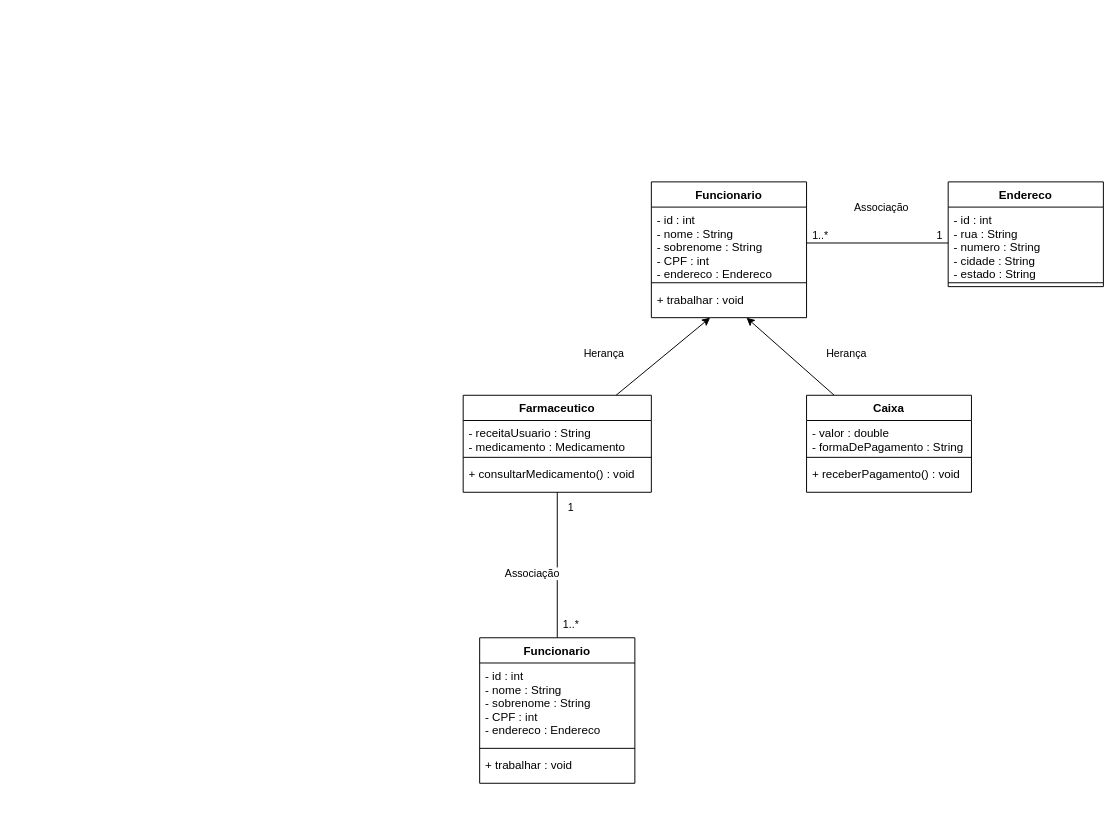
Before: POO/checkpoint1/UML/New Text Document.drawio in RodrigoGottschall/DH-CTD, a draw.io diagram. Source tidied: cells renumbered, new cells numbered last; positions are measured from the earlier drawing's top-left corner, leaving out a move shared by most shapes. Both pictures are drawn from the tidied source at 97%, with x=0, y=0 at pixel (463, 181).
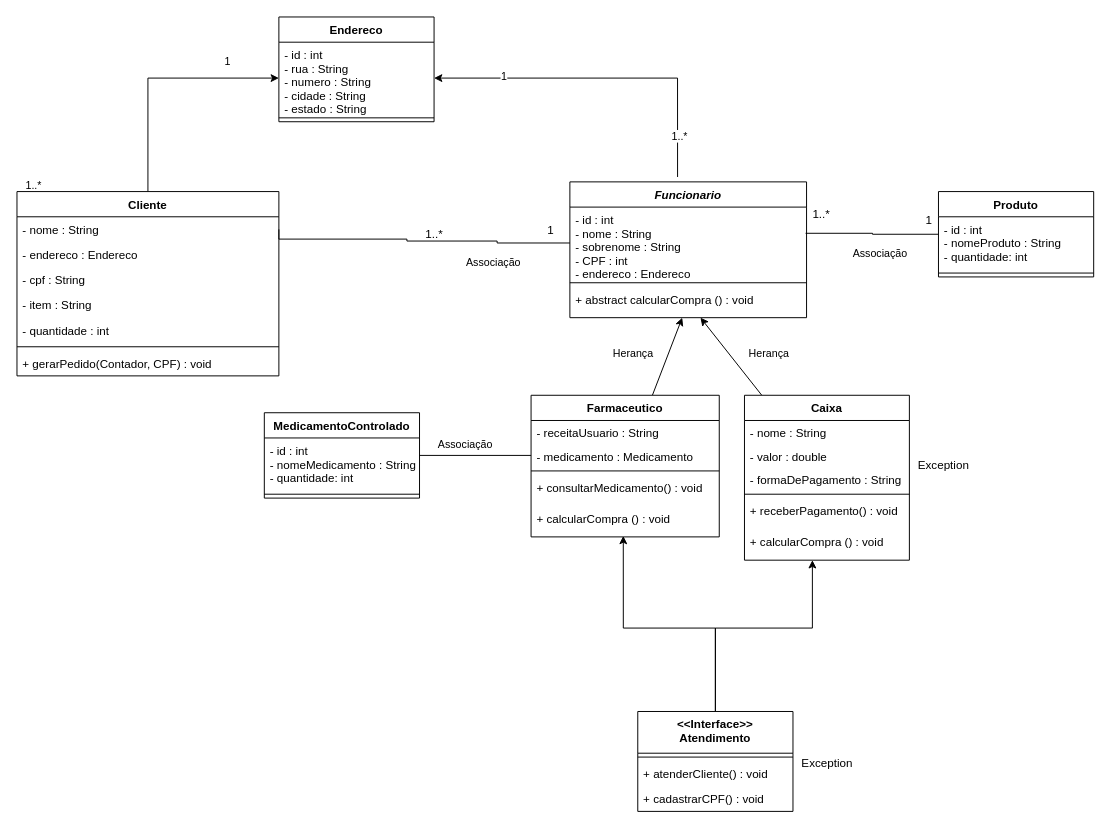
The same page after the edit.

The change refers to these unchanged cells:
```xml
<mxCell id="10" value="- id : int&#10;- rua : String&#10;- numero : String&#10;- cidade : String&#10;- estado : String" style="text;strokeColor=none;fillColor=none;align=left;verticalAlign=top;spacingLeft=4;spacingRight=4;overflow=hidden;points=[[0,0.5],[1,0.5]];portConstraint=eastwest;" parent="9" vertex="1">
  <mxGeometry y="26" width="160" height="74" as="geometry" />
</mxCell>
```

The edit, as a diff of the source:
```diff
@@
-    <mxCell id="2" value="Funcionario" style="swimlane;fontStyle=1;align=center;verticalAlign=top;horizontal=1;startSize=26;" parent="1" vertex="1">
-      <mxGeometry x="194" width="160" height="140" as="geometry" />
+    <mxCell id="2" value="Funcionario" style="swimlane;fontStyle=3;align=center;verticalAlign=top;horizontal=1;startSize=26;" parent="1" vertex="1">
+      <mxGeometry x="110" width="244" height="140" as="geometry" />
     </mxCell>
     <mxCell id="3" value="- id : int&#10;- nome : String&#10;- sobrenome : String&#10;- CPF : int&#10;- endereco : Endereco" style="text;strokeColor=none;fillColor=none;align=left;verticalAlign=top;spacingLeft=4;spacingRight=4;overflow=hidden;points=[[0,0.5],[1,0.5]];portConstraint=eastwest;" parent="2" vertex="1">
-      <mxGeometry y="26" width="160" height="74" as="geometry" />
+      <mxGeometry y="26" width="244" height="74" as="geometry" />
     </mxCell>
     <mxCell id="4" style="line;strokeWidth=1;fillColor=none;align=left;verticalAlign=middle;spacingTop=-1;spacingLeft=3;spacingRight=3;labelPosition=right;" parent="2" vertex="1">
-      <mxGeometry y="100" width="160" height="8" as="geometry" />
+      <mxGeometry y="100" width="244" height="8" as="geometry" />
     </mxCell>
-    <mxCell id="5" value="+ trabalhar : void" style="text;strokeColor=none;fillColor=none;align=left;verticalAlign=top;spacingLeft=4;spacingRight=4;overflow=hidden;points=[[0,0.5],[1,0.5]];portConstraint=eastwest;" parent="2" vertex="1">
-      <mxGeometry y="108" width="160" height="32" as="geometry" />
+    <mxCell id="5" value="+ abstract calcularCompra () : void" style="text;strokeColor=none;fillColor=none;align=left;verticalAlign=top;spacingLeft=4;spacingRight=4;overflow=hidden;points=[[0,0.5],[1,0.5]];portConstraint=eastwest;" parent="2" vertex="1">
+      <mxGeometry y="108" width="244" height="32" as="geometry" />
     </mxCell>
-    <mxCell id="6" style="edgeStyle=orthogonalEdgeStyle;rounded=0;jettySize=auto;html=1;endArrow=none;endFill=0;startArrow=none;startFill=0;entryX=0;entryY=0.5;entryDx=0;entryDy=0;" parent="1" edge="1" source="3" target="10">
+    <mxCell id="6" style="edgeStyle=orthogonalEdgeStyle;rounded=0;jettySize=auto;html=1;endArrow=classic;endFill=1;startArrow=none;startFill=0;exitX=0.455;exitY=-0.036;exitDx=0;exitDy=0;exitPerimeter=0;" parent="1" edge="1" source="2" target="10">
       <mxGeometry relative="1" as="geometry" />
     </mxCell>
@@
     <mxCell id="9" value="Endereco" style="swimlane;fontStyle=1;align=center;verticalAlign=top;horizontal=1;startSize=26;" parent="1" vertex="1">
-      <mxGeometry x="500" width="160" height="108" as="geometry" />
+      <mxGeometry x="-190" y="-170" width="160" height="108" as="geometry" />
     </mxCell>
@@
     <mxCell id="13" value="Farmaceutico" style="swimlane;fontStyle=1;align=center;verticalAlign=top;horizontal=1;startSize=26;" parent="1" vertex="1">
-      <mxGeometry y="220" width="194" height="100" as="geometry" />
+      <mxGeometry x="70" y="220" width="194" height="146" as="geometry" />
     </mxCell>
-    <mxCell id="14" value="- receitaUsuario : String&#10;- medicamento : Medicamento" style="text;strokeColor=none;fillColor=none;align=left;verticalAlign=top;spacingLeft=4;spacingRight=4;overflow=hidden;" parent="13" vertex="1">
-      <mxGeometry y="26" width="194" height="34" as="geometry" />
+    <mxCell id="14" value="- receitaUsuario : String" style="text;strokeColor=none;fillColor=none;align=left;verticalAlign=top;spacingLeft=4;spacingRight=4;overflow=hidden;" parent="13" vertex="1">
+      <mxGeometry y="26" width="194" height="24" as="geometry" />
     </mxCell>
+    <mxCell id="33" value="- medicamento : Medicamento" style="text;strokeColor=none;fillColor=none;align=left;verticalAlign=top;spacingLeft=4;spacingRight=4;overflow=hidden;points=[[0,0.5],[1,0.5]];portConstraint=eastwest;" parent="13" vertex="1">
+      <mxGeometry y="50" width="194" height="24" as="geometry" />
+    </mxCell>
     <mxCell id="15" style="line;strokeWidth=1;fillColor=none;align=left;verticalAlign=middle;spacingTop=-1;spacingLeft=3;spacingRight=3;labelPosition=right;" parent="13" vertex="1">
-      <mxGeometry y="60" width="194" height="8" as="geometry" />
+      <mxGeometry y="74" width="194" height="8" as="geometry" />
     </mxCell>
     <mxCell id="16" value="+ consultarMedicamento() : void" style="text;strokeColor=none;fillColor=none;align=left;verticalAlign=top;spacingLeft=4;spacingRight=4;overflow=hidden;points=[[0,0.5],[1,0.5]];portConstraint=eastwest;" parent="13" vertex="1">
-      <mxGeometry y="68" width="194" height="32" as="geometry" />
+      <mxGeometry y="82" width="194" height="32" as="geometry" />
     </mxCell>
+    <mxCell id="34" value="+ calcularCompra () : void" style="text;strokeColor=none;fillColor=none;align=left;verticalAlign=top;spacingLeft=4;spacingRight=4;overflow=hidden;points=[[0,0.5],[1,0.5]];portConstraint=eastwest;" parent="13" vertex="1">
+      <mxGeometry y="114" width="194" height="32" as="geometry" />
+    </mxCell>
@@
     <mxCell id="18" value="Caixa" style="swimlane;fontStyle=1;align=center;verticalAlign=top;horizontal=1;startSize=26;" parent="1" vertex="1">
-      <mxGeometry x="354" y="220" width="170" height="100" as="geometry" />
+      <mxGeometry x="290" y="220" width="170" height="170" as="geometry" />
     </mxCell>
-    <mxCell id="19" value="- valor : double&#10;- formaDePagamento : String" style="text;strokeColor=none;fillColor=none;align=left;verticalAlign=top;spacingLeft=4;spacingRight=4;overflow=hidden;" parent="18" vertex="1">
-      <mxGeometry y="26" width="170" height="34" as="geometry" />
-    </mxCell>
+    <mxCell id="35" value="- nome : String" style="text;strokeColor=none;fillColor=none;align=left;verticalAlign=top;spacingLeft=4;spacingRight=4;overflow=hidden;" parent="18" vertex="1">
+      <mxGeometry y="26" width="170" height="24" as="geometry" />
+    </mxCell>
+    <mxCell id="36" value="- valor : double" style="text;strokeColor=none;fillColor=none;align=left;verticalAlign=top;spacingLeft=4;spacingRight=4;overflow=hidden;" parent="18" vertex="1">
+      <mxGeometry y="50" width="170" height="24" as="geometry" />
+    </mxCell>
+    <mxCell id="37" value="- formaDePagamento : String" style="text;strokeColor=none;fillColor=none;align=left;verticalAlign=top;spacingLeft=4;spacingRight=4;overflow=hidden;" parent="18" vertex="1">
+      <mxGeometry y="74" width="170" height="24" as="geometry" />
+    </mxCell>
     <mxCell id="20" style="line;strokeWidth=1;fillColor=none;align=left;verticalAlign=middle;spacingTop=-1;spacingLeft=3;spacingRight=3;labelPosition=right;" parent="18" vertex="1">
-      <mxGeometry y="60" width="170" height="8" as="geometry" />
+      <mxGeometry y="98" width="170" height="8" as="geometry" />
     </mxCell>
     <mxCell id="21" value="+ receberPagamento() : void" style="text;strokeColor=none;fillColor=none;align=left;verticalAlign=top;spacingLeft=4;spacingRight=4;overflow=hidden;" parent="18" vertex="1">
-      <mxGeometry y="68" width="170" height="32" as="geometry" />
+      <mxGeometry y="106" width="170" height="32" as="geometry" />
     </mxCell>
+    <mxCell id="38" value="+ calcularCompra () : void" style="text;strokeColor=none;fillColor=none;align=left;verticalAlign=top;spacingLeft=4;spacingRight=4;overflow=hidden;points=[[0,0.5],[1,0.5]];portConstraint=eastwest;" parent="18" vertex="1">
+      <mxGeometry y="138" width="170" height="32" as="geometry" />
+    </mxCell>
-    <mxCell id="22" style="edgeStyle=none;rounded=0;jettySize=auto;html=1;entryX=0.5;entryY=1;entryDx=0;entryDy=0;entryPerimeter=0;startArrow=none;startFill=0;endArrow=none;endFill=0;" parent="1" edge="1" source="24" target="16">
+    <mxCell id="22" style="edgeStyle=none;rounded=0;jettySize=auto;html=1;startArrow=none;startFill=0;endArrow=none;endFill=0;entryX=0;entryY=0.5;entryDx=0;entryDy=0;" parent="1" edge="1" source="24" target="33">
       <mxGeometry relative="1" as="geometry" />
     </mxCell>
-    <mxCell id="23" value="Associação" style="edgeLabel;html=1;align=center;verticalAlign=middle;" parent="22" vertex="1">
-      <mxGeometry x="0.16" relative="1" as="geometry">
-        <mxPoint x="333" y="-357" as="offset" />
-      </mxGeometry>
-    </mxCell>
-    <mxCell id="24" value="Funcionario" style="swimlane;fontStyle=1;align=center;verticalAlign=top;horizontal=1;startSize=26;" parent="1" vertex="1">
-      <mxGeometry x="17" y="470" width="160" height="150" as="geometry" />
+    <mxCell id="24" value="MedicamentoControlado" style="swimlane;fontStyle=1;align=center;verticalAlign=top;horizontal=1;startSize=26;" parent="1" vertex="1">
+      <mxGeometry x="-205" y="238" width="160" height="88" as="geometry" />
     </mxCell>
-    <mxCell id="25" value="- id : int&#10;- nome : String&#10;- sobrenome : String&#10;- CPF : int&#10;- endereco : Endereco" style="text;strokeColor=none;fillColor=none;align=left;verticalAlign=top;spacingLeft=4;spacingRight=4;overflow=hidden;" parent="24" vertex="1">
-      <mxGeometry y="26" width="160" height="84" as="geometry" />
+    <mxCell id="25" value="- id : int&#10;- nomeMedicamento : String&#10;- quantidade: int" style="text;strokeColor=none;fillColor=none;align=left;verticalAlign=top;spacingLeft=4;spacingRight=4;overflow=hidden;" parent="24" vertex="1">
+      <mxGeometry y="26" width="160" height="54" as="geometry" />
     </mxCell>
     <mxCell id="26" style="line;strokeWidth=1;fillColor=none;align=left;verticalAlign=middle;spacingTop=-1;spacingLeft=3;spacingRight=3;labelPosition=right;" parent="24" vertex="1">
-      <mxGeometry y="110" width="160" height="8" as="geometry" />
+      <mxGeometry y="80" width="160" height="8" as="geometry" />
     </mxCell>
-    <mxCell id="27" value="+ trabalhar : void" style="text;strokeColor=none;fillColor=none;align=left;verticalAlign=top;spacingLeft=4;spacingRight=4;overflow=hidden;" parent="24" vertex="1">
-      <mxGeometry y="118" width="160" height="32" as="geometry" />
-    </mxCell>
     <mxCell id="28" value="Herança" style="edgeLabel;html=1;align=center;verticalAlign=middle;" parent="1" vertex="1">
-      <mxGeometry x="130" y="150" as="geometry">
+      <mxGeometry x="160" y="150" as="geometry">
         <mxPoint x="14" y="26" as="offset" />
       </mxGeometry>
     </mxCell>
     <mxCell id="29" value="Associação" style="edgeLabel;html=1;align=center;verticalAlign=middle;" parent="1" vertex="1">
-      <mxGeometry x="70" y="403" as="geometry" />
+      <mxGeometry x="-150" y="260" as="geometry">
+        <mxPoint x="151" y="10" as="offset" />
+      </mxGeometry>
     </mxCell>
     <mxCell id="30" value="Herança" style="edgeLabel;html=1;align=center;verticalAlign=middle;" parent="1" vertex="1">
-      <mxGeometry x="380" y="150" as="geometry">
+      <mxGeometry x="300" y="150" as="geometry">
         <mxPoint x="14" y="26" as="offset" />
       </mxGeometry>
     </mxCell>
+    <mxCell id="39" style="edgeStyle=orthogonalEdgeStyle;rounded=0;jettySize=auto;html=1;entryX=0.49;entryY=0.969;entryDx=0;entryDy=0;entryPerimeter=0;" parent="1" edge="1" source="41" target="34">
+      <mxGeometry relative="1" as="geometry">
+        <Array as="points">
+          <mxPoint x="260" y="460" />
+          <mxPoint x="165" y="460" />
+        </Array>
+      </mxGeometry>
+    </mxCell>
+    <mxCell id="40" style="edgeStyle=orthogonalEdgeStyle;rounded=0;jettySize=auto;html=1;" parent="1" edge="1" source="41" target="38">
+      <mxGeometry relative="1" as="geometry">
+        <Array as="points">
+          <mxPoint x="260" y="460" />
+          <mxPoint x="360" y="460" />
+        </Array>
+      </mxGeometry>
+    </mxCell>
+    <mxCell id="41" value="&lt;&lt;Interface&gt;&gt;&#10;Atendimento&#10;" style="swimlane;fontStyle=1;align=center;verticalAlign=top;horizontal=1;startSize=43;" parent="1" vertex="1">
+      <mxGeometry x="180" y="546" width="160" height="103" as="geometry" />
+    </mxCell>
+    <mxCell id="42" style="line;strokeWidth=1;fillColor=none;align=left;verticalAlign=middle;spacingTop=-1;spacingLeft=3;spacingRight=3;labelPosition=right;" parent="41" vertex="1">
+      <mxGeometry y="43" width="160" height="8" as="geometry" />
+    </mxCell>
+    <mxCell id="43" value="+ atenderCliente() : void" style="text;strokeColor=none;fillColor=none;align=left;verticalAlign=top;spacingLeft=4;spacingRight=4;overflow=hidden;" parent="41" vertex="1">
+      <mxGeometry y="51" width="160" height="26" as="geometry" />
+    </mxCell>
+    <mxCell id="44" value="+ cadastrarCPF() : void" style="text;strokeColor=none;fillColor=none;align=left;verticalAlign=top;spacingLeft=4;spacingRight=4;overflow=hidden;" parent="41" vertex="1">
+      <mxGeometry y="77" width="160" height="26" as="geometry" />
+    </mxCell>
+    <mxCell id="45" value="Exception" style="text;html=1;align=center;verticalAlign=middle;strokeColor=none;fillColor=none;" parent="1" vertex="1">
+      <mxGeometry x="340" y="590" width="70" height="20" as="geometry" />
+    </mxCell>
+    <mxCell id="46" style="edgeStyle=orthogonalEdgeStyle;rounded=0;jettySize=auto;html=1;endArrow=none;endFill=0;entryX=0;entryY=0.5;entryDx=0;entryDy=0;exitX=1;exitY=0.5;exitDx=0;exitDy=0;" parent="1" edge="1" source="51" target="3">
+      <mxGeometry relative="1" as="geometry">
+        <Array as="points">
+          <mxPoint x="-58" y="59" />
+          <mxPoint x="-58" y="61" />
+          <mxPoint x="35" y="61" />
+          <mxPoint x="35" y="63" />
+        </Array>
+      </mxGeometry>
+    </mxCell>
+    <mxCell id="47" value="1..*" style="text;html=1;align=center;verticalAlign=middle;strokeColor=none;fillColor=none;" parent="1" vertex="1">
+      <mxGeometry x="-45" y="44" width="30" height="20" as="geometry" />
+    </mxCell>
+    <mxCell id="48" value="1" style="text;html=1;align=center;verticalAlign=middle;strokeColor=none;fillColor=none;" parent="1" vertex="1">
+      <mxGeometry x="80" y="40" width="20" height="20" as="geometry" />
+    </mxCell>
+    <mxCell id="49" style="edgeStyle=orthogonalEdgeStyle;rounded=0;jettySize=auto;html=1;endArrow=none;endFill=0;startArrow=classic;startFill=1;" parent="1" edge="1" source="10" target="50">
+      <mxGeometry relative="1" as="geometry" />
+    </mxCell>
     <mxCell id="31" value="1" style="edgeLabel;html=1;align=center;verticalAlign=middle;" parent="1" vertex="1">
-      <mxGeometry x="320" y="220" as="geometry">
-        <mxPoint x="-210" y="115" as="offset" />
+      <mxGeometry x="-15" y="-100" as="geometry">
+        <mxPoint x="-229" y="-25" as="offset" />
       </mxGeometry>
     </mxCell>
     <mxCell id="32" value="1..*" style="edgeLabel;html=1;align=center;verticalAlign=middle;" parent="1" vertex="1">
-      <mxGeometry x="320" y="340" as="geometry">
-        <mxPoint x="-210" y="115" as="offset" />
+      <mxGeometry x="232" y="-18" as="geometry">
+        <mxPoint x="-676" y="21" as="offset" />
       </mxGeometry>
     </mxCell>
+    <mxCell id="23" value="Associação" style="edgeLabel;html=1;align=center;verticalAlign=middle;" parent="1" vertex="1">
+      <mxGeometry x="30" y="82" as="geometry" />
+    </mxCell>
+    <mxCell id="50" value="Cliente" style="swimlane;fontStyle=1;align=center;verticalAlign=top;horizontal=1;startSize=26;" parent="1" vertex="1">
+      <mxGeometry x="-460" y="10" width="270" height="190" as="geometry" />
+    </mxCell>
+    <mxCell id="51" value="- nome : String" style="text;strokeColor=none;fillColor=none;align=left;verticalAlign=top;spacingLeft=4;spacingRight=4;overflow=hidden;points=[[0,0.5],[1,0.5]];portConstraint=eastwest;" parent="50" vertex="1">
+      <mxGeometry y="26" width="270" height="26" as="geometry" />
+    </mxCell>
+    <mxCell id="52" value="- endereco : Endereco" style="text;strokeColor=none;fillColor=none;align=left;verticalAlign=top;spacingLeft=4;spacingRight=4;overflow=hidden;" parent="50" vertex="1">
+      <mxGeometry y="52" width="270" height="26" as="geometry" />
+    </mxCell>
+    <mxCell id="53" value="- cpf : String" style="text;strokeColor=none;fillColor=none;align=left;verticalAlign=top;spacingLeft=4;spacingRight=4;overflow=hidden;" parent="50" vertex="1">
+      <mxGeometry y="78" width="270" height="26" as="geometry" />
+    </mxCell>
+    <mxCell id="54" value="- item : String" style="text;strokeColor=none;fillColor=none;align=left;verticalAlign=top;spacingLeft=4;spacingRight=4;overflow=hidden;" parent="50" vertex="1">
+      <mxGeometry y="104" width="270" height="26" as="geometry" />
+    </mxCell>
+    <mxCell id="55" value="- quantidade : int" style="text;strokeColor=none;fillColor=none;align=left;verticalAlign=top;spacingLeft=4;spacingRight=4;overflow=hidden;" parent="50" vertex="1">
+      <mxGeometry y="130" width="270" height="26" as="geometry" />
+    </mxCell>
+    <mxCell id="56" style="line;strokeWidth=1;fillColor=none;align=left;verticalAlign=middle;spacingTop=-1;spacingLeft=3;spacingRight=3;labelPosition=right;" parent="50" vertex="1">
+      <mxGeometry y="156" width="270" height="8" as="geometry" />
+    </mxCell>
+    <mxCell id="57" value="+ gerarPedido(Contador, CPF) : void" style="text;strokeColor=none;fillColor=none;align=left;verticalAlign=top;spacingLeft=4;spacingRight=4;overflow=hidden;" parent="50" vertex="1">
+      <mxGeometry y="164" width="270" height="26" as="geometry" />
+    </mxCell>
+    <mxCell id="58" value="Exception" style="text;html=1;align=center;verticalAlign=middle;strokeColor=none;fillColor=none;" parent="1" vertex="1">
+      <mxGeometry x="460" y="283" width="70" height="20" as="geometry" />
+    </mxCell>
+    <mxCell id="59" style="edgeStyle=orthogonalEdgeStyle;rounded=0;jettySize=auto;html=1;entryX=0.996;entryY=0.365;entryDx=0;entryDy=0;entryPerimeter=0;startArrow=none;startFill=0;endArrow=none;endFill=0;" parent="1" edge="1" source="60" target="3">
+      <mxGeometry relative="1" as="geometry" />
+    </mxCell>
+    <mxCell id="60" value="Produto" style="swimlane;fontStyle=1;align=center;verticalAlign=top;horizontal=1;startSize=26;" parent="1" vertex="1">
+      <mxGeometry x="490" y="10" width="160" height="88" as="geometry" />
+    </mxCell>
+    <mxCell id="61" value="- id : int&#10;- nomeProduto : String&#10;- quantidade: int" style="text;strokeColor=none;fillColor=none;align=left;verticalAlign=top;spacingLeft=4;spacingRight=4;overflow=hidden;" parent="60" vertex="1">
+      <mxGeometry y="26" width="160" height="54" as="geometry" />
+    </mxCell>
+    <mxCell id="62" style="line;strokeWidth=1;fillColor=none;align=left;verticalAlign=middle;spacingTop=-1;spacingLeft=3;spacingRight=3;labelPosition=right;" parent="60" vertex="1">
+      <mxGeometry y="80" width="160" height="8" as="geometry" />
+    </mxCell>
+    <mxCell id="63" value="&lt;span style=&quot;color: rgb(0, 0, 0); font-family: helvetica; font-size: 11px; font-style: normal; font-weight: 400; letter-spacing: normal; text-align: center; text-indent: 0px; text-transform: none; word-spacing: 0px; background-color: rgb(255, 255, 255); display: inline; float: none;&quot;&gt;Associação&lt;/span&gt;" style="text;whiteSpace=wrap;html=1;" parent="1" vertex="1">
+      <mxGeometry x="400" y="60" width="80" height="30" as="geometry" />
+    </mxCell>
+    <mxCell id="64" value="1..*" style="text;html=1;align=center;verticalAlign=middle;strokeColor=none;fillColor=none;" parent="1" vertex="1">
+      <mxGeometry x="354" y="24" width="30" height="20" as="geometry" />
+    </mxCell>
+    <mxCell id="65" value="1" style="text;html=1;align=center;verticalAlign=middle;strokeColor=none;fillColor=none;" parent="1" vertex="1">
+      <mxGeometry x="470" y="30" width="20" height="20" as="geometry" />
+    </mxCell>
+    <mxCell id="66" style="edgeStyle=orthogonalEdgeStyle;rounded=0;orthogonalLoop=1;jettySize=auto;html=1;exitX=0.5;exitY=1;exitDx=0;exitDy=0;startArrow=none;startFill=0;endArrow=none;endFill=0;" parent="1" edge="1" source="63" target="63">
+      <mxGeometry relative="1" as="geometry" />
+    </mxCell>
```
